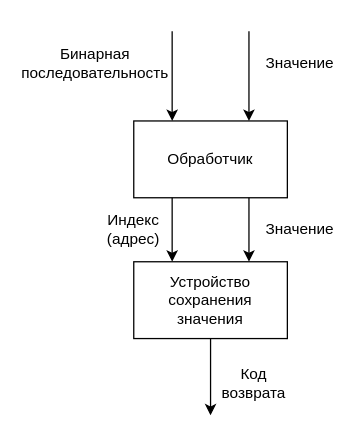
Above: page "Page-1" (1 of 7) of Организация ЭВМ и систем/Отчет/8 1.drawio in eldarian-1/pstu (draw.io), before the change. Source tidied: cells renumbered, new cells numbered last; positions are measured from the earlier drawing's top-left corner, leaving out a move shared by most shapes. Both pictures are drawn from the tidied source at 128%, with x=0, y=0 at pixel (56, 31).
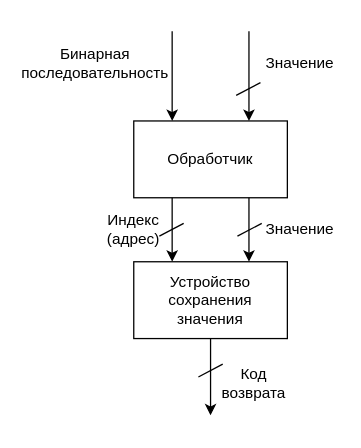
After the change.

Unchanged cells that the change refers to:
```xml
<mxCell id="2" value="Обработчик" style="rounded=0;whiteSpace=wrap;html=1;" parent="1" vertex="1">
  <mxGeometry x="60" y="70" width="120" height="60" as="geometry" />
</mxCell>
<mxCell id="6" value="&lt;div&gt;Устройство&lt;/div&gt;&lt;div&gt;сохранения&lt;/div&gt;&lt;div&gt;значения&lt;br&gt;&lt;/div&gt;" style="rounded=0;whiteSpace=wrap;html=1;" parent="1" vertex="1">
  <mxGeometry x="60" y="180" width="120" height="60" as="geometry" />
</mxCell>
```

Diff of the diagram source:
```diff
@@
+    <mxCell id="15" style="endArrow=none;html=1;rounded=0;" parent="1" edge="1">
+      <mxGeometry relative="1" as="geometry">
+        <mxPoint x="140" y="50" as="sourcePoint" />
+        <mxPoint x="159" y="40" as="targetPoint" />
+        <Array as="points">
+          <mxPoint x="140" y="50" />
+        </Array>
+      </mxGeometry>
+    </mxCell>
@@
-    <mxCell id="3" style="endArrow=classic;html=1;rounded=0;entryX=0.25;entryY=0;entryDx=0;entryDy=0;" parent="1" edge="1" target="2">
-      <mxGeometry relative="1" as="geometry">
-        <mxPoint x="90" as="sourcePoint" />
-      </mxGeometry>
-    </mxCell>
+    <mxCell id="16" style="endArrow=classic;html=1;rounded=0;entryX=0.25;entryY=0;entryDx=0;entryDy=0;" parent="1" edge="1" target="2">
+      <mxGeometry relative="1" as="geometry">
+        <mxPoint x="90" as="sourcePoint" />
+      </mxGeometry>
+    </mxCell>
@@
-    <mxCell id="5" style="endArrow=classic;html=1;rounded=0;startArrow=none;" parent="1" edge="1" source="6">
-      <mxGeometry relative="1" as="geometry">
-        <mxPoint x="140" y="220" as="targetPoint" />
-      </mxGeometry>
-    </mxCell>
+    <mxCell id="17" style="endArrow=classic;html=1;rounded=0;startArrow=none;" parent="1" edge="1" source="6">
+      <mxGeometry relative="1" as="geometry">
+        <mxPoint x="140" y="220" as="targetPoint" />
+      </mxGeometry>
+    </mxCell>
@@
-    <mxCell id="7" style="endArrow=classic;html=1;rounded=0;endFill=1;exitX=0.25;exitY=1;exitDx=0;exitDy=0;entryX=0.25;entryY=0;entryDx=0;entryDy=0;" parent="1" edge="1" source="2" target="6">
-      <mxGeometry relative="1" as="geometry" />
-    </mxCell>
+    <mxCell id="18" style="endArrow=classic;html=1;rounded=0;endFill=1;exitX=0.25;exitY=1;exitDx=0;exitDy=0;entryX=0.25;entryY=0;entryDx=0;entryDy=0;" parent="1" edge="1" source="2" target="6">
+      <mxGeometry relative="1" as="geometry" />
+    </mxCell>
@@
-    <mxCell id="9" style="endArrow=classic;html=1;rounded=0;" parent="1" edge="1" source="6">
-      <mxGeometry relative="1" as="geometry">
-        <mxPoint x="120" y="300" as="targetPoint" />
-      </mxGeometry>
-    </mxCell>
+    <mxCell id="19" style="endArrow=classic;html=1;rounded=0;" parent="1" edge="1" source="6">
+      <mxGeometry relative="1" as="geometry">
+        <mxPoint x="120" y="300" as="targetPoint" />
+      </mxGeometry>
+    </mxCell>
@@
-    <mxCell id="11" style="endArrow=classic;html=1;rounded=0;entryX=0.75;entryY=0;entryDx=0;entryDy=0;" parent="1" edge="1" target="2">
-      <mxGeometry relative="1" as="geometry">
-        <mxPoint x="150" as="sourcePoint" />
-      </mxGeometry>
-    </mxCell>
-    <mxCell id="12" style="endArrow=classic;html=1;rounded=0;entryX=0.75;entryY=0;entryDx=0;entryDy=0;exitX=0.75;exitY=1;exitDx=0;exitDy=0;" parent="1" edge="1" source="2" target="6">
-      <mxGeometry relative="1" as="geometry" />
-    </mxCell>
-    <mxCell id="13" value="Значение" style="text;html=1;strokeColor=none;fillColor=none;align=center;verticalAlign=middle;whiteSpace=wrap;rounded=0;" parent="1" vertex="1">
-      <mxGeometry x="160" y="10" width="60" height="30" as="geometry" />
-    </mxCell>
-    <mxCell id="14" value="Значение" style="text;html=1;strokeColor=none;fillColor=none;align=center;verticalAlign=middle;whiteSpace=wrap;rounded=0;" parent="1" vertex="1">
-      <mxGeometry x="160" y="140" width="60" height="30" as="geometry" />
-    </mxCell>
+    <mxCell id="20" style="endArrow=classic;html=1;rounded=0;entryX=0.75;entryY=0;entryDx=0;entryDy=0;" parent="1" edge="1" target="2">
+      <mxGeometry relative="1" as="geometry">
+        <mxPoint x="150" as="sourcePoint" />
+      </mxGeometry>
+    </mxCell>
+    <mxCell id="21" style="endArrow=classic;html=1;rounded=0;entryX=0.75;entryY=0;entryDx=0;entryDy=0;exitX=0.75;exitY=1;exitDx=0;exitDy=0;" parent="1" edge="1" source="2" target="6">
+      <mxGeometry relative="1" as="geometry" />
+    </mxCell>
+    <mxCell id="22" value="Значение" style="text;html=1;strokeColor=none;fillColor=none;align=center;verticalAlign=middle;whiteSpace=wrap;rounded=0;" parent="1" vertex="1">
+      <mxGeometry x="160" y="10" width="60" height="30" as="geometry" />
+    </mxCell>
+    <mxCell id="23" value="Значение" style="text;html=1;strokeColor=none;fillColor=none;align=center;verticalAlign=middle;whiteSpace=wrap;rounded=0;" parent="1" vertex="1">
+      <mxGeometry x="160" y="140" width="60" height="30" as="geometry" />
+    </mxCell>
+    <mxCell id="24" style="endArrow=none;html=1;rounded=0;" parent="1" edge="1">
+      <mxGeometry relative="1" as="geometry">
+        <mxPoint x="141" y="160" as="sourcePoint" />
+        <mxPoint x="160" y="150" as="targetPoint" />
+        <Array as="points">
+          <mxPoint x="141" y="160" />
+        </Array>
+      </mxGeometry>
+    </mxCell>
+    <mxCell id="25" style="endArrow=none;html=1;rounded=0;" parent="1" edge="1">
+      <mxGeometry relative="1" as="geometry">
+        <mxPoint x="80" y="160" as="sourcePoint" />
+        <mxPoint x="99" y="150" as="targetPoint" />
+        <Array as="points">
+          <mxPoint x="80" y="160" />
+        </Array>
+      </mxGeometry>
+    </mxCell>
+    <mxCell id="26" style="endArrow=none;html=1;rounded=0;" parent="1" edge="1">
+      <mxGeometry relative="1" as="geometry">
+        <mxPoint x="110.5" y="270" as="sourcePoint" />
+        <mxPoint x="129.5" y="260" as="targetPoint" />
+        <Array as="points">
+          <mxPoint x="110.5" y="270" />
+        </Array>
+      </mxGeometry>
+    </mxCell>
```
